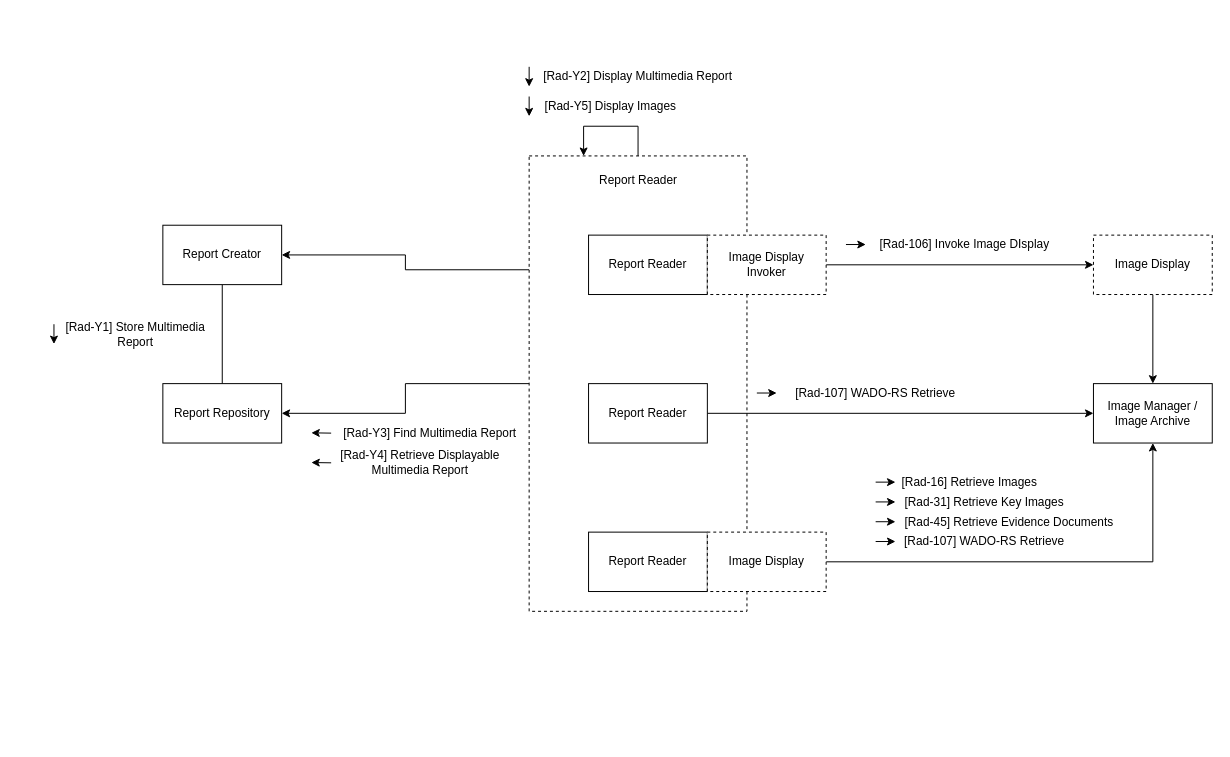
IHE/RAD.IMR keeps this draw.io diagram as input/images-source/IHE_IMR_actor.drawio. Above is the earlier version. Source tidied: cells renumbered, new cells numbered last; positions are measured from the earlier drawing's top-left corner, leaving out a move shared by most shapes. Both pictures are drawn from the tidied source at 99%, with x=0, y=0 at pixel (53, 17).
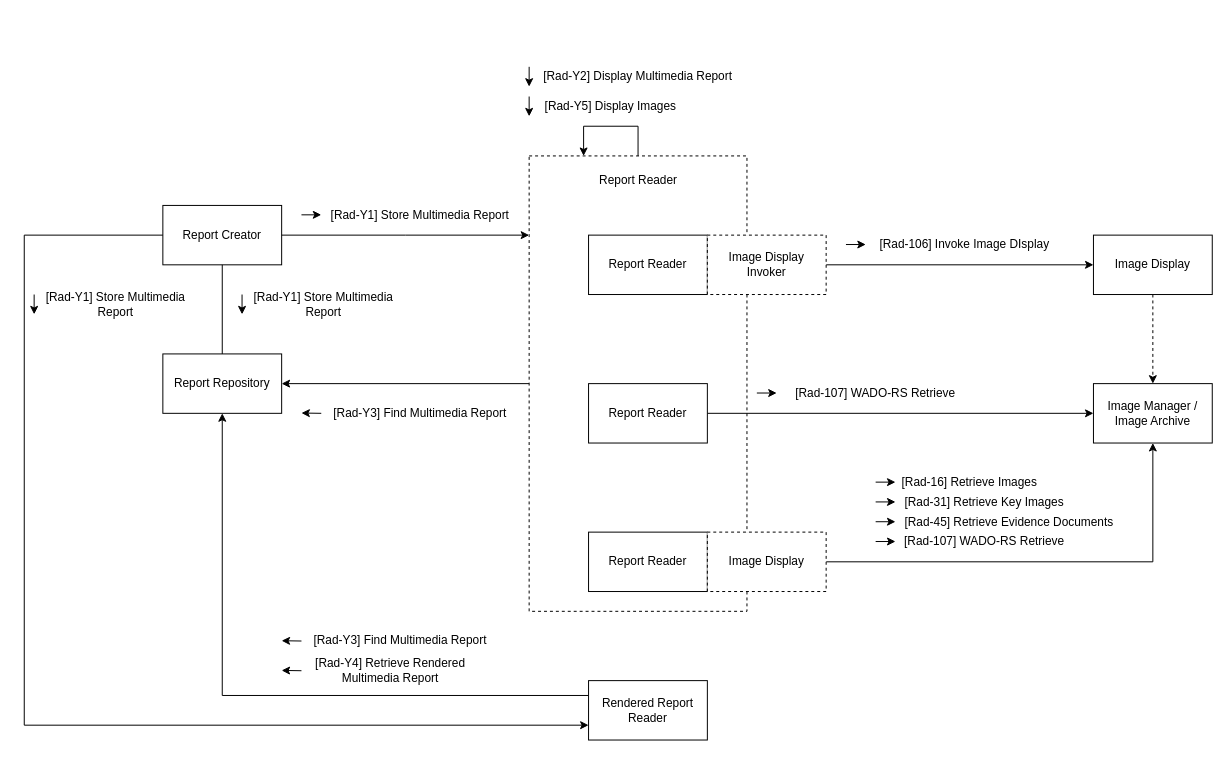
The same page after the edit.

Commit message (it also covers changes not shown here):
Updated actors and options, and corresponding diagrams and transactions.

Unchanged cells that the change refers to:
```xml
<mxCell id="4" style="rounded=0;whiteSpace=wrap;html=1;dashed=1;" parent="1" vertex="1">
  <mxGeometry x="480" y="140" width="220" height="460" as="geometry" />
</mxCell>
<mxCell id="12" value="Image Manager / Image Archive" style="rounded=0;whiteSpace=wrap;html=1;" parent="1" vertex="1">
  <mxGeometry x="1050" y="370" width="120" height="60" as="geometry" />
</mxCell>
```

The edit, as a diff of the source:
```diff
@@
-    <mxCell id="3" style="edgeStyle=orthogonalEdgeStyle;rounded=0;jettySize=auto;html=1;exitX=0;exitY=0.25;exitDx=0;exitDy=0;entryX=1;entryY=0.5;entryDx=0;entryDy=0;" parent="1" edge="1" source="4" target="6">
-      <mxGeometry relative="1" as="geometry" />
-    </mxCell>
@@
-    <mxCell id="5" style="edgeStyle=orthogonalEdgeStyle;rounded=0;jettySize=auto;html=1;entryX=0.5;entryY=0;entryDx=0;entryDy=0;endArrow=none;endFill=0;" parent="1" edge="1" source="6" target="8">
-      <mxGeometry relative="1" as="geometry" />
-    </mxCell>
-    <mxCell id="6" value="Report Creator" style="rounded=0;whiteSpace=wrap;html=1;" parent="1" vertex="1">
-      <mxGeometry x="110" y="210" width="120" height="60" as="geometry" />
-    </mxCell>
@@
-    <mxCell id="8" value="Report Repository" style="rounded=0;whiteSpace=wrap;html=1;" parent="1" vertex="1">
-      <mxGeometry x="110" y="370" width="120" height="60" as="geometry" />
-    </mxCell>
@@
-    <mxCell id="13" style="edgeStyle=orthogonalEdgeStyle;rounded=0;jettySize=auto;html=1;entryX=0.5;entryY=0;entryDx=0;entryDy=0;" parent="1" edge="1" source="14" target="12">
+    <mxCell id="13" style="edgeStyle=orthogonalEdgeStyle;rounded=0;jettySize=auto;html=1;entryX=0.5;entryY=0;entryDx=0;entryDy=0;dashed=1;" parent="1" edge="1" source="14" target="12">
       <mxGeometry relative="1" as="geometry" />
     </mxCell>
-    <mxCell id="14" value="Image Display" style="rounded=0;whiteSpace=wrap;html=1;dashed=1;" parent="1" vertex="1">
+    <mxCell id="14" value="Image Display" style="rounded=0;whiteSpace=wrap;html=1;" parent="1" vertex="1">
       <mxGeometry x="1050" y="220" width="120" height="60" as="geometry" />
     </mxCell>
@@
+    <mxCell id="40" style="group;" parent="1" vertex="1">
+      <mxGeometry x="250" y="390" width="210" height="20" as="geometry" />
+    </mxCell>
+    <mxCell id="41" style="endArrow=classic;html=1;" parent="40" edge="1">
+      <mxGeometry relative="1" as="geometry">
+        <mxPoint x="20" y="10" as="sourcePoint" />
+        <mxPoint y="9.7" as="targetPoint" />
+      </mxGeometry>
+    </mxCell>
+    <mxCell id="42" style="group;" parent="1" vertex="1">
+      <mxGeometry x="140" width="340" height="460" as="geometry" />
+    </mxCell>
+    <mxCell id="46" value="[Rad-Y3] Find Multimedia Report" style="text;html=1;strokeColor=none;fillColor=none;align=center;verticalAlign=middle;whiteSpace=wrap;rounded=0;" parent="42" vertex="1">
+      <mxGeometry x="140" y="390" width="180" height="20" as="geometry" />
+    </mxCell>
+    <mxCell id="8" value="Report Repository" style="rounded=0;whiteSpace=wrap;html=1;" parent="42" vertex="1">
+      <mxGeometry x="-30" y="340" width="120" height="60" as="geometry" />
+    </mxCell>
+    <mxCell id="6" value="Report Creator" style="rounded=0;whiteSpace=wrap;html=1;" parent="42" vertex="1">
+      <mxGeometry x="-30" y="190" width="120" height="60" as="geometry" />
+    </mxCell>
+    <mxCell id="5" style="edgeStyle=orthogonalEdgeStyle;rounded=0;jettySize=auto;html=1;entryX=0.5;entryY=0;entryDx=0;entryDy=0;endArrow=none;endFill=0;" parent="42" edge="1" source="6" target="8">
+      <mxGeometry relative="1" as="geometry" />
+    </mxCell>
+    <mxCell id="55" style="group;" parent="42" vertex="1">
+      <mxGeometry x="110" y="190" width="220" height="20" as="geometry" />
+    </mxCell>
+    <mxCell id="56" value="[Rad-Y1] Store Multimedia Report" style="text;html=1;strokeColor=none;fillColor=none;align=center;verticalAlign=middle;whiteSpace=wrap;rounded=0;" parent="55" vertex="1">
+      <mxGeometry x="20" width="200" height="20" as="geometry" />
+    </mxCell>
+    <mxCell id="57" style="endArrow=classic;html=1;" parent="55" edge="1">
+      <mxGeometry relative="1" as="geometry">
+        <mxPoint y="9.5" as="sourcePoint" />
+        <mxPoint x="20" y="9.5" as="targetPoint" />
+      </mxGeometry>
+    </mxCell>
-    <mxCell id="37" style="group;" parent="1" vertex="1">
-      <mxGeometry y="310" width="200" height="20" as="geometry" />
+    <mxCell id="37" style="group;" parent="42" vertex="1">
+      <mxGeometry x="50" y="280" width="200" height="20" as="geometry" />
     </mxCell>
@@
-    <mxCell id="40" style="group;" parent="1" vertex="1">
-      <mxGeometry x="260" y="410" width="210" height="20" as="geometry" />
-    </mxCell>
-    <mxCell id="41" style="endArrow=classic;html=1;" parent="40" edge="1">
-      <mxGeometry relative="1" as="geometry">
-        <mxPoint x="20" y="10" as="sourcePoint" />
-        <mxPoint y="9.7" as="targetPoint" />
-      </mxGeometry>
-    </mxCell>
-    <mxCell id="42" style="group;" parent="1" vertex="1">
-      <mxGeometry x="140" width="340" height="460" as="geometry" />
-    </mxCell>
-    <mxCell id="43" style="group;" parent="42" vertex="1">
-      <mxGeometry x="120" y="440" width="220" height="20" as="geometry" />
-    </mxCell>
-    <mxCell id="44" style="endArrow=classic;html=1;" parent="43" edge="1">
-      <mxGeometry relative="1" as="geometry">
-        <mxPoint x="20" y="10" as="sourcePoint" />
-        <mxPoint y="9.7" as="targetPoint" />
-      </mxGeometry>
-    </mxCell>
-    <mxCell id="45" value="[Rad-Y4] Retrieve Displayable Multimedia Report" style="text;html=1;strokeColor=none;fillColor=none;align=center;verticalAlign=middle;whiteSpace=wrap;rounded=0;" parent="43" vertex="1">
-      <mxGeometry width="220" height="20" as="geometry" />
-    </mxCell>
-    <mxCell id="46" value="[Rad-Y3] Find Multimedia Report" style="text;html=1;strokeColor=none;fillColor=none;align=center;verticalAlign=middle;whiteSpace=wrap;rounded=0;" parent="42" vertex="1">
-      <mxGeometry x="150" y="410" width="180" height="20" as="geometry" />
-    </mxCell>
@@
+    <mxCell id="58" style="edgeStyle=orthogonalEdgeStyle;rounded=0;jettySize=auto;html=1;" parent="1" edge="1" source="6">
+      <mxGeometry relative="1" as="geometry">
+        <mxPoint x="480" y="220" as="targetPoint" />
+      </mxGeometry>
+    </mxCell>
+    <mxCell id="59" style="edgeStyle=orthogonalEdgeStyle;rounded=0;jettySize=auto;html=1;entryX=0.5;entryY=1;entryDx=0;entryDy=0;exitX=0;exitY=0.25;exitDx=0;exitDy=0;" parent="1" edge="1" source="60" target="8">
+      <mxGeometry relative="1" as="geometry" />
+    </mxCell>
+    <mxCell id="60" value="Rendered Report Reader" style="rounded=0;whiteSpace=wrap;html=1;" parent="1" vertex="1">
+      <mxGeometry x="540" y="670" width="120" height="60" as="geometry" />
+    </mxCell>
+    <mxCell id="61" style="edgeStyle=orthogonalEdgeStyle;rounded=0;jettySize=auto;html=1;entryX=0;entryY=0.75;entryDx=0;entryDy=0;" parent="1" edge="1" source="6" target="60">
+      <mxGeometry relative="1" as="geometry">
+        <Array as="points">
+          <mxPoint x="-30" y="220" />
+          <mxPoint x="-30" y="715" />
+        </Array>
+      </mxGeometry>
+    </mxCell>
+    <mxCell id="62" style="group;" parent="1" vertex="1">
+      <mxGeometry x="-20" y="280" width="200" height="20" as="geometry" />
+    </mxCell>
+    <mxCell id="63" value="[Rad-Y1] Store Multimedia Report" style="text;html=1;strokeColor=none;fillColor=none;align=center;verticalAlign=middle;whiteSpace=wrap;rounded=0;" parent="62" vertex="1">
+      <mxGeometry x="5" width="155" height="20" as="geometry" />
+    </mxCell>
+    <mxCell id="64" style="endArrow=classic;html=1;" parent="62" edge="1">
+      <mxGeometry relative="1" as="geometry">
+        <mxPoint as="sourcePoint" />
+        <mxPoint y="20" as="targetPoint" />
+      </mxGeometry>
+    </mxCell>
+    <mxCell id="65" style="group;" parent="1" vertex="1">
+      <mxGeometry x="230" y="620" width="210" height="20" as="geometry" />
+    </mxCell>
+    <mxCell id="66" style="endArrow=classic;html=1;" parent="65" edge="1">
+      <mxGeometry relative="1" as="geometry">
+        <mxPoint x="20" y="10" as="sourcePoint" />
+        <mxPoint y="9.7" as="targetPoint" />
+      </mxGeometry>
+    </mxCell>
+    <mxCell id="67" style="group;" parent="1" vertex="1">
+      <mxGeometry x="230" y="650" width="220" height="20" as="geometry" />
+    </mxCell>
+    <mxCell id="68" style="endArrow=classic;html=1;" parent="67" edge="1">
+      <mxGeometry relative="1" as="geometry">
+        <mxPoint x="20" y="10" as="sourcePoint" />
+        <mxPoint y="9.7" as="targetPoint" />
+      </mxGeometry>
+    </mxCell>
+    <mxCell id="69" value="[Rad-Y4] Retrieve Rendered&lt;br&gt;Multimedia Report" style="text;html=1;strokeColor=none;fillColor=none;align=center;verticalAlign=middle;whiteSpace=wrap;rounded=0;" parent="67" vertex="1">
+      <mxGeometry width="220" height="20" as="geometry" />
+    </mxCell>
+    <mxCell id="70" value="[Rad-Y3] Find Multimedia Report" style="text;html=1;strokeColor=none;fillColor=none;align=center;verticalAlign=middle;whiteSpace=wrap;rounded=0;" parent="1" vertex="1">
+      <mxGeometry x="260" y="620" width="180" height="20" as="geometry" />
+    </mxCell>
```
